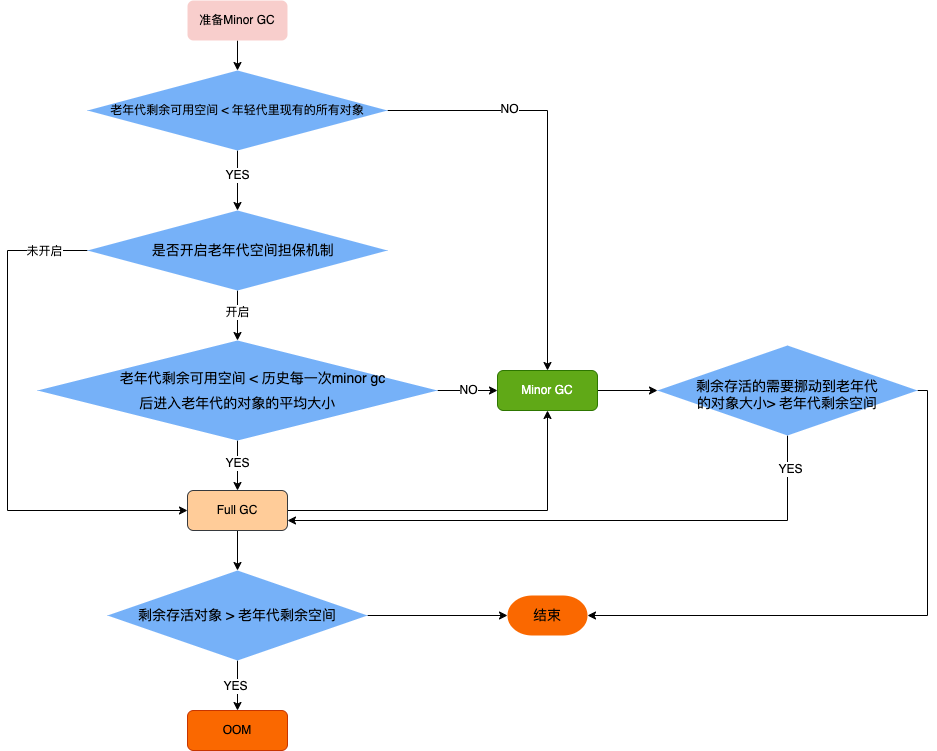
lihongyiyi/tech-visuals keeps this draw.io diagram as java/jvm/JVM-老年代空间担保机制.drawio.png. Above is the earlier version. Source tidied: cells renumbered, new cells last; positions are measured from the earlier drawing's top-left corner, leaving out a move shared by most shapes.
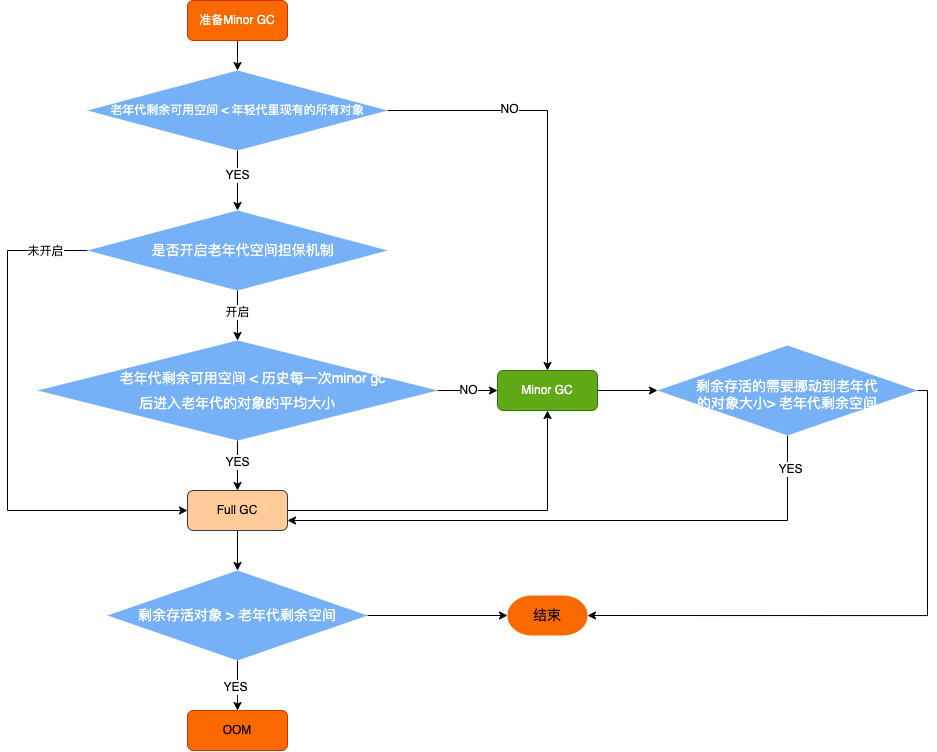
After the commit.

Commit message:
更新JVM-老年代空间担保机制.drawio.png

Change to the diagram source:
```diff
@@ -5,7 +5,7 @@
     <mxCell id="2" style="edgeStyle=orthogonalEdgeStyle;rounded=0;jettySize=auto;html=1;" parent="1" edge="1" source="3" target="8">
       <mxGeometry relative="1" as="geometry" />
     </mxCell>
-    <mxCell id="3" value="准备Minor GC" style="rounded=1;whiteSpace=wrap;html=1;fillColor=#f8cecc;strokeColor=none;" parent="1" vertex="1">
+    <mxCell id="3" value="&lt;font color=&quot;#ffffff&quot;&gt;准备Minor GC&lt;/font&gt;" style="rounded=1;whiteSpace=wrap;html=1;fillColor=#fa6800;strokeColor=#C73500;fontColor=#000000;" parent="1" vertex="1">
       <mxGeometry x="180" width="100" height="40" as="geometry" />
     </mxCell>
     <mxCell id="4" style="edgeStyle=orthogonalEdgeStyle;rounded=0;jettySize=auto;html=1;" parent="1" edge="1" source="8" target="13">
@@ -20,7 +20,7 @@
     <mxCell id="7" value="NO" style="edgeLabel;html=1;align=center;verticalAlign=middle;" parent="6" vertex="1">
       <mxGeometry x="-0.42" y="2" relative="1" as="geometry" />
     </mxCell>
-    <mxCell id="8" value="老年代剩余可用空间 &amp;lt;&amp;nbsp;年轻代里现有的所有对象" style="rhombus;whiteSpace=wrap;html=1;fillColor=#76b1f8;strokeColor=none;" parent="1" vertex="1">
+    <mxCell id="8" value="&lt;font color=&quot;#ffffff&quot;&gt;老年代剩余可用空间 &amp;lt;&amp;nbsp;年轻代里现有的所有对象&lt;/font&gt;" style="rhombus;whiteSpace=wrap;html=1;fillColor=#76b1f8;strokeColor=none;" parent="1" vertex="1">
       <mxGeometry x="80" y="70" width="300" height="80" as="geometry" />
     </mxCell>
     <mxCell id="9" style="edgeStyle=orthogonalEdgeStyle;rounded=0;jettySize=auto;html=1;" parent="1" edge="1" source="13" target="18">
@@ -44,7 +44,7 @@
         <mxPoint y="-3" as="offset" />
       </mxGeometry>
     </mxCell>
-    <mxCell id="13" value="&lt;div style=&quot;line-height: 1.75; font-size: 14px; text-align: left;&quot;&gt;&amp;nbsp; &amp;nbsp;是否开启老年代空间担保机制&lt;/div&gt;" style="rhombus;whiteSpace=wrap;html=1;fillColor=#76b1f8;strokeColor=none;" parent="1" vertex="1">
+    <mxCell id="13" value="&lt;div style=&quot;line-height: 1.75; font-size: 14px; text-align: left;&quot;&gt;&lt;font color=&quot;#ffffff&quot;&gt;&amp;nbsp; &amp;nbsp;是否开启老年代空间担保机制&lt;/font&gt;&lt;/div&gt;" style="rhombus;whiteSpace=wrap;html=1;fillColor=#76b1f8;strokeColor=none;" parent="1" vertex="1">
       <mxGeometry x="80" y="210" width="300" height="80" as="geometry" />
     </mxCell>
     <mxCell id="14" style="edgeStyle=orthogonalEdgeStyle;rounded=0;jettySize=auto;html=1;" parent="1" edge="1" source="18" target="21">
@@ -61,7 +61,7 @@
         <mxPoint x="19" as="offset" />
       </mxGeometry>
     </mxCell>
-    <mxCell id="18" value="&lt;div style=&quot;line-height: 1.75; font-size: 14px; text-align: left;&quot;&gt;&amp;nbsp; &amp;nbsp; &amp;nbsp; &amp;nbsp; 老年代剩余可用空间 &amp;lt; 历史每一次minor gc&lt;/div&gt;&lt;div style=&quot;line-height: 1.75; text-align: left;&quot;&gt;&lt;span style=&quot;font-size: 14px;&quot;&gt;&amp;nbsp; &amp;nbsp; &amp;nbsp; &amp;nbsp; &amp;nbsp; &amp;nbsp; &amp;nbsp;后进入老年代的对&lt;/span&gt;&lt;font style=&quot;font-size: 14px;&quot;&gt;象的平均大小&lt;/font&gt;&lt;/div&gt;" style="rhombus;whiteSpace=wrap;html=1;fillColor=#76b1f8;strokeColor=none;" parent="1" vertex="1">
+    <mxCell id="18" value="&lt;div style=&quot;line-height: 1.75; font-size: 14px; text-align: left;&quot;&gt;&lt;font color=&quot;#ffffff&quot;&gt;&amp;nbsp; &amp;nbsp; &amp;nbsp; &amp;nbsp; 老年代剩余可用空间 &amp;lt; 历史每一次minor gc&lt;/font&gt;&lt;/div&gt;&lt;div style=&quot;line-height: 1.75; text-align: left;&quot;&gt;&lt;font color=&quot;#ffffff&quot;&gt;&lt;span style=&quot;font-size: 14px;&quot;&gt;&amp;nbsp; &amp;nbsp; &amp;nbsp; &amp;nbsp; &amp;nbsp; &amp;nbsp; &amp;nbsp;后进入老年代的对&lt;/span&gt;&lt;font style=&quot;font-size: 14px;&quot;&gt;象的平均大小&lt;/font&gt;&lt;/font&gt;&lt;/div&gt;" style="rhombus;whiteSpace=wrap;html=1;fillColor=#76b1f8;strokeColor=none;" parent="1" vertex="1">
       <mxGeometry x="30" y="340" width="400" height="100" as="geometry" />
     </mxCell>
     <mxCell id="19" style="edgeStyle=orthogonalEdgeStyle;rounded=0;jettySize=auto;html=1;entryX=0.5;entryY=1;entryDx=0;entryDy=0;" parent="1" edge="1" source="21" target="23">
@@ -88,7 +88,7 @@
     <mxCell id="26" style="edgeStyle=orthogonalEdgeStyle;rounded=0;jettySize=auto;html=1;" parent="1" edge="1" source="27" target="29">
       <mxGeometry relative="1" as="geometry" />
     </mxCell>
-    <mxCell id="27" value="&lt;div style=&quot;line-height: 1.75; font-size: 14px; text-align: left;&quot;&gt;剩余存活对象 &amp;gt; 老年代剩余空间&lt;/div&gt;" style="rhombus;whiteSpace=wrap;html=1;fillColor=#76b1f8;strokeColor=none;" parent="1" vertex="1">
+    <mxCell id="27" value="&lt;div style=&quot;line-height: 1.75; font-size: 14px; text-align: left;&quot;&gt;&lt;font color=&quot;#ffffff&quot;&gt;剩余存活对象 &amp;gt; 老年代剩余空间&lt;/font&gt;&lt;/div&gt;" style="rhombus;whiteSpace=wrap;html=1;fillColor=#76b1f8;strokeColor=none;" parent="1" vertex="1">
       <mxGeometry x="100" y="570" width="260" height="90" as="geometry" />
     </mxCell>
     <mxCell id="28" value="OOM" style="rounded=1;whiteSpace=wrap;html=1;fillColor=#fa6800;strokeColor=#C73500;fontColor=#000000;" parent="1" vertex="1">
@@ -117,7 +117,7 @@
         </Array>
       </mxGeometry>
     </mxCell>
-    <mxCell id="33" value="&lt;font style=&quot;font-size: 14px;&quot;&gt;&lt;font style=&quot;font-size: 14px;&quot;&gt;&lt;br&gt;&lt;br&gt;&lt;font style=&quot;font-size: 14px;&quot;&gt;剩余存活的需要挪动到老年代&lt;br&gt;的对象大小&lt;/font&gt;&lt;/font&gt;&lt;font style=&quot;font-size: 14px;&quot;&gt;&amp;gt; 老年代剩余空间&lt;/font&gt;&lt;/font&gt;&lt;div style=&quot;line-height: 1.75; text-align: left; font-size: 14px;&quot;&gt;&lt;font style=&quot;font-size: 14px;&quot;&gt;&amp;nbsp;&lt;/font&gt;&lt;/div&gt;" style="rhombus;whiteSpace=wrap;html=1;fillColor=#76b1f8;strokeColor=none;" parent="1" vertex="1">
+    <mxCell id="33" value="&lt;font color=&quot;#ffffff&quot; style=&quot;font-size: 14px;&quot;&gt;&lt;font style=&quot;font-size: 14px;&quot;&gt;&lt;br&gt;&lt;br&gt;&lt;font style=&quot;font-size: 14px;&quot;&gt;剩余存活的需要挪动到老年代&lt;br&gt;的对象大小&lt;/font&gt;&lt;/font&gt;&lt;font style=&quot;font-size: 14px;&quot;&gt;&amp;gt; 老年代剩余空间&lt;/font&gt;&lt;/font&gt;&lt;div style=&quot;line-height: 1.75; text-align: left; font-size: 14px;&quot;&gt;&lt;font color=&quot;#ffffff&quot; style=&quot;font-size: 14px;&quot;&gt;&amp;nbsp;&lt;/font&gt;&lt;/div&gt;" style="rhombus;whiteSpace=wrap;html=1;fillColor=#76b1f8;strokeColor=none;" parent="1" vertex="1">
       <mxGeometry x="650" y="345" width="260" height="90" as="geometry" />
     </mxCell>
   </root>
```
